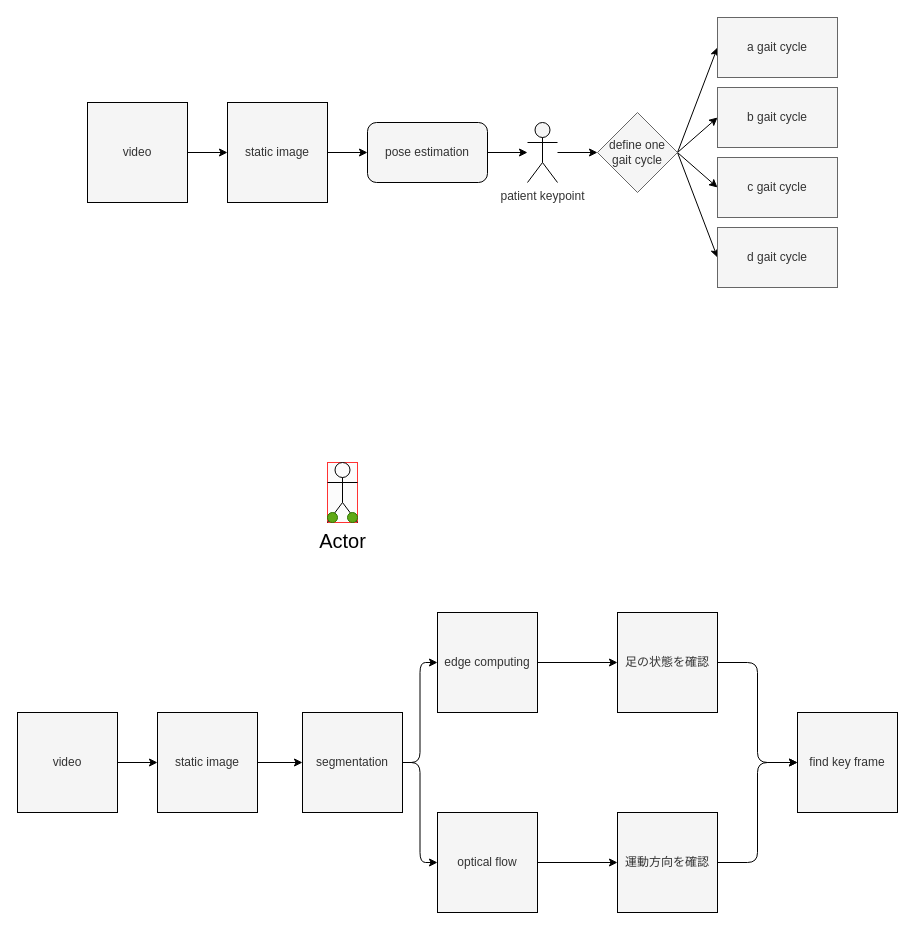
This is page "define gait cycle" (1 of 3) of images/figure.drawio from ChenKaiXuSan/Auto_Gait_Fusion_PyTorch, a draw.io file, before an edit. Source tidied: cells renumbered, new cells numbered last; positions are measured from the earlier drawing's top-left corner, leaving out a move shared by most shapes. Both pictures are drawn from the tidied source at 100%, with x=0, y=0 at pixel (17, 17).
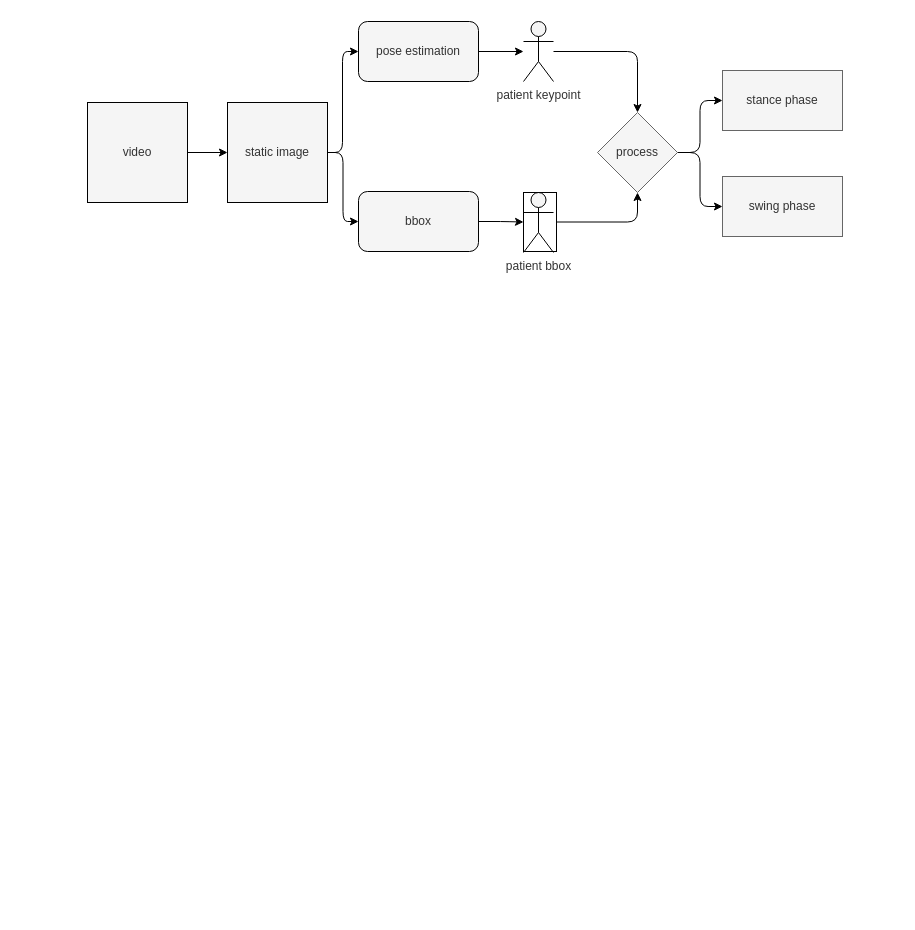
After the change.

The change refers to these unchanged cells:
```xml
<mxCell id="5" value="static image" style="whiteSpace=wrap;html=1;fillColor=#f5f5f5;strokeColor=#000000;fontColor=#333333;snapToPoint=0;fixDash=0;" parent="1" vertex="1">
  <mxGeometry x="210" y="85" width="100" height="100" as="geometry" />
</mxCell>
```

What changed in the source:
```diff
@@
-    <mxCell id="4" style="edgeStyle=none;html=1;fillColor=#f5f5f5;strokeColor=#000000;snapToPoint=0;fixDash=0;" parent="1" edge="1" source="5" target="7">
-      <mxGeometry relative="1" as="geometry" />
+    <mxCell id="4" style="edgeStyle=orthogonalEdgeStyle;html=1;fillColor=#f5f5f5;strokeColor=#000000;snapToPoint=0;fixDash=0;entryX=0;entryY=0.5;entryDx=0;entryDy=0;" parent="1" edge="1" source="5" target="7">
+      <mxGeometry relative="1" as="geometry">
+        <Array as="points">
+          <mxPoint x="325" y="135" />
+          <mxPoint x="325" y="34" />
+        </Array>
+      </mxGeometry>
     </mxCell>
+    <mxCell id="39" style="edgeStyle=orthogonalEdgeStyle;html=1;strokeColor=#000000;" parent="1" edge="1" source="5" target="41">
+      <mxGeometry relative="1" as="geometry" />
+    </mxCell>
@@
-    <mxCell id="6" style="edgeStyle=none;html=1;fillColor=#f5f5f5;strokeColor=#000000;snapToPoint=0;fixDash=0;" parent="1" edge="1" source="7" target="9">
-      <mxGeometry relative="1" as="geometry" />
+    <mxCell id="6" style="edgeStyle=orthogonalEdgeStyle;html=1;fillColor=#f5f5f5;strokeColor=#000000;snapToPoint=0;fixDash=0;" parent="1" edge="1" source="7" target="9">
+      <mxGeometry relative="1" as="geometry">
+        <Array as="points">
+          <mxPoint x="437" y="34" />
+        </Array>
+      </mxGeometry>
     </mxCell>
     <mxCell id="7" value="pose estimation" style="rounded=1;whiteSpace=wrap;html=1;fillColor=#f5f5f5;strokeColor=#000000;fontColor=#333333;snapToPoint=0;fixDash=0;" parent="1" vertex="1">
-      <mxGeometry x="350" y="105" width="120" height="60" as="geometry" />
+      <mxGeometry x="341" y="4" width="120" height="60" as="geometry" />
     </mxCell>
-    <mxCell id="8" style="edgeStyle=none;html=1;strokeColor=#000000;" parent="1" edge="1" source="9" target="14">
+    <mxCell id="8" style="edgeStyle=orthogonalEdgeStyle;html=1;strokeColor=#000000;" parent="1" edge="1" source="9" target="14">
       <mxGeometry relative="1" as="geometry" />
     </mxCell>
     <mxCell id="9" value="patient keypoint" style="shape=umlActor;verticalLabelPosition=bottom;verticalAlign=top;html=1;outlineConnect=0;fillColor=#f5f5f5;strokeColor=#000000;fontColor=#333333;snapToPoint=0;fixDash=0;" parent="1" vertex="1">
-      <mxGeometry x="510" y="105" width="30" height="60" as="geometry" />
+      <mxGeometry x="506" y="4" width="30" height="60" as="geometry" />
     </mxCell>
-    <mxCell id="10" style="edgeStyle=none;html=1;entryX=0;entryY=0.5;entryDx=0;entryDy=0;strokeColor=#000000;exitX=1;exitY=0.5;exitDx=0;exitDy=0;" parent="1" edge="1" source="14" target="15">
+    <mxCell id="10" style="edgeStyle=orthogonalEdgeStyle;html=1;entryX=0;entryY=0.5;entryDx=0;entryDy=0;strokeColor=#000000;exitX=1;exitY=0.5;exitDx=0;exitDy=0;" parent="1" edge="1" source="14" target="15">
       <mxGeometry relative="1" as="geometry" />
     </mxCell>
-    <mxCell id="11" style="edgeStyle=none;html=1;entryX=0;entryY=0.5;entryDx=0;entryDy=0;strokeColor=#000000;exitX=1;exitY=0.5;exitDx=0;exitDy=0;" parent="1" edge="1" source="14" target="16">
+    <mxCell id="11" style="edgeStyle=orthogonalEdgeStyle;html=1;entryX=0;entryY=0.5;entryDx=0;entryDy=0;strokeColor=#000000;exitX=1;exitY=0.5;exitDx=0;exitDy=0;" parent="1" edge="1" source="14" target="16">
       <mxGeometry relative="1" as="geometry" />
     </mxCell>
-    <mxCell id="12" style="edgeStyle=none;html=1;entryX=0;entryY=0.5;entryDx=0;entryDy=0;strokeColor=#000000;exitX=1;exitY=0.5;exitDx=0;exitDy=0;" parent="1" edge="1" source="14" target="17">
-      <mxGeometry relative="1" as="geometry" />
-    </mxCell>
-    <mxCell id="13" style="edgeStyle=none;html=1;entryX=0;entryY=0.5;entryDx=0;entryDy=0;strokeColor=#000000;exitX=1;exitY=0.5;exitDx=0;exitDy=0;" parent="1" edge="1" source="14" target="18">
-      <mxGeometry relative="1" as="geometry" />
-    </mxCell>
-    <mxCell id="14" value="define one gait cycle" style="rhombus;whiteSpace=wrap;html=1;strokeColor=#666666;fillColor=#f5f5f5;fontColor=#333333;" parent="1" vertex="1">
+    <mxCell id="14" value="process" style="rhombus;whiteSpace=wrap;html=1;strokeColor=#666666;fillColor=#f5f5f5;fontColor=#333333;" parent="1" vertex="1">
       <mxGeometry x="580" y="95" width="80" height="80" as="geometry" />
     </mxCell>
-    <mxCell id="15" value="a gait cycle" style="rounded=0;whiteSpace=wrap;html=1;strokeColor=#666666;fillColor=#f5f5f5;fontColor=#333333;" parent="1" vertex="1">
-      <mxGeometry x="700" width="120" height="60" as="geometry" />
+    <mxCell id="15" value="stance phase" style="rounded=0;whiteSpace=wrap;html=1;strokeColor=#666666;fillColor=#f5f5f5;fontColor=#333333;" parent="1" vertex="1">
+      <mxGeometry x="705" y="53" width="120" height="60" as="geometry" />
     </mxCell>
-    <mxCell id="16" value="b gait cycle" style="rounded=0;whiteSpace=wrap;html=1;strokeColor=#666666;fillColor=#f5f5f5;fontColor=#333333;" parent="1" vertex="1">
-      <mxGeometry x="700" y="70" width="120" height="60" as="geometry" />
+    <mxCell id="16" value="swing phase" style="rounded=0;whiteSpace=wrap;html=1;strokeColor=#666666;fillColor=#f5f5f5;fontColor=#333333;" parent="1" vertex="1">
+      <mxGeometry x="705" y="159" width="120" height="60" as="geometry" />
     </mxCell>
-    <mxCell id="17" value="c gait cycle" style="rounded=0;whiteSpace=wrap;html=1;strokeColor=#666666;fillColor=#f5f5f5;fontColor=#333333;" parent="1" vertex="1">
-      <mxGeometry x="700" y="140" width="120" height="60" as="geometry" />
-    </mxCell>
-    <mxCell id="18" value="d gait cycle" style="rounded=0;whiteSpace=wrap;html=1;strokeColor=#666666;fillColor=#f5f5f5;fontColor=#333333;" parent="1" vertex="1">
-      <mxGeometry x="700" y="210" width="120" height="60" as="geometry" />
-    </mxCell>
-    <mxCell id="19" style="rounded=0;whiteSpace=wrap;html=1;labelBackgroundColor=#FFFFFF;strokeColor=#FF3333;fontSize=20;fontColor=#000000;fillColor=#fcfcfc;" parent="1" vertex="1">
-      <mxGeometry x="310" y="445" width="30" height="60" as="geometry" />
-    </mxCell>
-    <mxCell id="20" value="Actor" style="shape=umlActor;verticalLabelPosition=bottom;verticalAlign=top;html=1;labelBackgroundColor=#FFFFFF;fontSize=20;fontColor=#000000;fillColor=#fcfcfc;strokeColor=#000000;" parent="1" vertex="1">
-      <mxGeometry x="310" y="445" width="30" height="60" as="geometry" />
-    </mxCell>
-    <mxCell id="21" style="ellipse;whiteSpace=wrap;html=1;labelBackgroundColor=#FFFFFF;strokeColor=#2D7600;fontSize=20;fontColor=#ffffff;fillColor=#60a917;" parent="1" vertex="1">
-      <mxGeometry x="330" y="495" width="10" height="10" as="geometry" />
-    </mxCell>
-    <mxCell id="22" style="ellipse;whiteSpace=wrap;html=1;labelBackgroundColor=#FFFFFF;strokeColor=#2D7600;fontSize=20;fontColor=#ffffff;fillColor=#60a917;" parent="1" vertex="1">
-      <mxGeometry x="310" y="495" width="10" height="10" as="geometry" />
-    </mxCell>
-    <mxCell id="23" style="edgeStyle=none;html=1;fillColor=#f5f5f5;strokeColor=#000000;snapToPoint=0;fixDash=0;" parent="1" edge="1" source="24" target="26">
-      <mxGeometry relative="1" as="geometry" />
-    </mxCell>
-    <mxCell id="24" value="video" style="whiteSpace=wrap;html=1;fillColor=#f5f5f5;strokeColor=#000000;fontColor=#333333;snapToPoint=0;fixDash=0;" parent="1" vertex="1">
-      <mxGeometry y="695" width="100" height="100" as="geometry" />
-    </mxCell>
-    <mxCell id="25" style="edgeStyle=none;html=1;strokeColor=#000000;" parent="1" edge="1" source="26" target="29">
-      <mxGeometry relative="1" as="geometry" />
-    </mxCell>
-    <mxCell id="26" value="static image" style="whiteSpace=wrap;html=1;fillColor=#f5f5f5;strokeColor=#000000;fontColor=#333333;snapToPoint=0;fixDash=0;" parent="1" vertex="1">
-      <mxGeometry x="140" y="695" width="100" height="100" as="geometry" />
-    </mxCell>
-    <mxCell id="27" style="edgeStyle=orthogonalEdgeStyle;html=1;entryX=0;entryY=0.5;entryDx=0;entryDy=0;strokeColor=#000000;" parent="1" edge="1" source="29" target="31">
-      <mxGeometry relative="1" as="geometry" />
-    </mxCell>
-    <mxCell id="28" style="edgeStyle=orthogonalEdgeStyle;html=1;entryX=0;entryY=0.5;entryDx=0;entryDy=0;strokeColor=#000000;" parent="1" edge="1" source="29" target="33">
-      <mxGeometry relative="1" as="geometry" />
-    </mxCell>
-    <mxCell id="29" value="segmentation" style="whiteSpace=wrap;html=1;fillColor=#f5f5f5;strokeColor=#000000;fontColor=#333333;snapToPoint=0;fixDash=0;" parent="1" vertex="1">
-      <mxGeometry x="285" y="695" width="100" height="100" as="geometry" />
-    </mxCell>
-    <mxCell id="30" style="edgeStyle=orthogonalEdgeStyle;html=1;strokeColor=#000000;" parent="1" edge="1" source="31" target="37">
-      <mxGeometry relative="1" as="geometry" />
-    </mxCell>
-    <mxCell id="31" value="edge computing" style="whiteSpace=wrap;html=1;fillColor=#f5f5f5;strokeColor=#000000;fontColor=#333333;snapToPoint=0;fixDash=0;" parent="1" vertex="1">
-      <mxGeometry x="420" y="595" width="100" height="100" as="geometry" />
-    </mxCell>
-    <mxCell id="32" style="edgeStyle=orthogonalEdgeStyle;html=1;strokeColor=#000000;" parent="1" edge="1" source="33" target="35">
-      <mxGeometry relative="1" as="geometry" />
-    </mxCell>
-    <mxCell id="33" value="optical flow" style="whiteSpace=wrap;html=1;fillColor=#f5f5f5;strokeColor=#000000;fontColor=#333333;snapToPoint=0;fixDash=0;" parent="1" vertex="1">
-      <mxGeometry x="420" y="795" width="100" height="100" as="geometry" />
-    </mxCell>
-    <mxCell id="34" style="edgeStyle=orthogonalEdgeStyle;html=1;entryX=0;entryY=0.5;entryDx=0;entryDy=0;strokeColor=#000000;" parent="1" edge="1" source="35" target="38">
-      <mxGeometry relative="1" as="geometry" />
-    </mxCell>
-    <mxCell id="35" value="運動方向を確認" style="whiteSpace=wrap;html=1;fillColor=#f5f5f5;strokeColor=#000000;fontColor=#333333;snapToPoint=0;fixDash=0;" parent="1" vertex="1">
-      <mxGeometry x="600" y="795" width="100" height="100" as="geometry" />
-    </mxCell>
-    <mxCell id="36" style="edgeStyle=orthogonalEdgeStyle;html=1;entryX=0;entryY=0.5;entryDx=0;entryDy=0;strokeColor=#000000;" parent="1" edge="1" source="37" target="38">
-      <mxGeometry relative="1" as="geometry" />
-    </mxCell>
-    <mxCell id="37" value="足の状態を確認" style="whiteSpace=wrap;html=1;fillColor=#f5f5f5;strokeColor=#000000;fontColor=#333333;snapToPoint=0;fixDash=0;" parent="1" vertex="1">
-      <mxGeometry x="600" y="595" width="100" height="100" as="geometry" />
-    </mxCell>
-    <mxCell id="38" value="find key frame" style="whiteSpace=wrap;html=1;fillColor=#f5f5f5;strokeColor=#000000;fontColor=#333333;snapToPoint=0;fixDash=0;" parent="1" vertex="1">
-      <mxGeometry x="780" y="695" width="100" height="100" as="geometry" />
-    </mxCell>
+    <mxCell id="40" style="edgeStyle=orthogonalEdgeStyle;html=1;strokeColor=#000000;" parent="1" edge="1" source="41" target="44">
+      <mxGeometry relative="1" as="geometry" />
+    </mxCell>
+    <mxCell id="41" value="bbox" style="rounded=1;whiteSpace=wrap;html=1;fillColor=#f5f5f5;strokeColor=#000000;fontColor=#333333;snapToPoint=0;fixDash=0;" parent="1" vertex="1">
+      <mxGeometry x="341" y="174" width="120" height="60" as="geometry" />
+    </mxCell>
+    <mxCell id="42" value="patient bbox" style="shape=umlActor;verticalLabelPosition=bottom;verticalAlign=top;html=1;fillColor=#f5f5f5;strokeColor=#000000;fontColor=#333333;fixDash=0;" parent="1" vertex="1">
+      <mxGeometry x="506" y="175" width="30" height="60" as="geometry" />
+    </mxCell>
+    <mxCell id="43" style="edgeStyle=orthogonalEdgeStyle;html=1;strokeColor=#000000;entryX=0.5;entryY=1;entryDx=0;entryDy=0;" parent="1" edge="1" source="44" target="14">
+      <mxGeometry relative="1" as="geometry" />
+    </mxCell>
+    <mxCell id="44" style="rounded=0;whiteSpace=wrap;html=1;fillColor=none;strokeColor=#000000;" parent="1" vertex="1">
+      <mxGeometry x="506" y="175" width="33" height="59" as="geometry" />
+    </mxCell>
```
